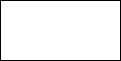
billowdev/pos-fruit-stock-window-form-app keeps this draw.io diagram as ER-Diagram-Fruit-Stock.drawio.png. Above is the earlier version. Source tidied: cells renumbered, new cells last; positions are measured from the earlier drawing's top-left corner, leaving out a move shared by most shapes. The source it was exported from:
```xml
<mxGraphModel>
  <root>
    <mxCell id="0" />
    <mxCell id="1" parent="0" />
    <mxCell id="2" style="rounded=0;whiteSpace=wrap;html=1;" parent="1" vertex="1">
      <mxGeometry width="120" height="60" as="geometry" />
    </mxCell>
  </root>
</mxGraphModel>
```
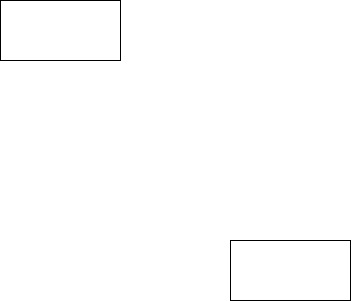
After the change.

What changed in the source:
```diff
@@ -5,5 +5,8 @@
     <mxCell id="2" style="rounded=0;whiteSpace=wrap;html=1;" parent="1" vertex="1">
       <mxGeometry width="120" height="60" as="geometry" />
     </mxCell>
+    <mxCell id="3" style="rounded=0;whiteSpace=wrap;html=1;" parent="1" vertex="1">
+      <mxGeometry x="230" y="240" width="120" height="60" as="geometry" />
+    </mxCell>
   </root>
 </mxGraphModel>
```
